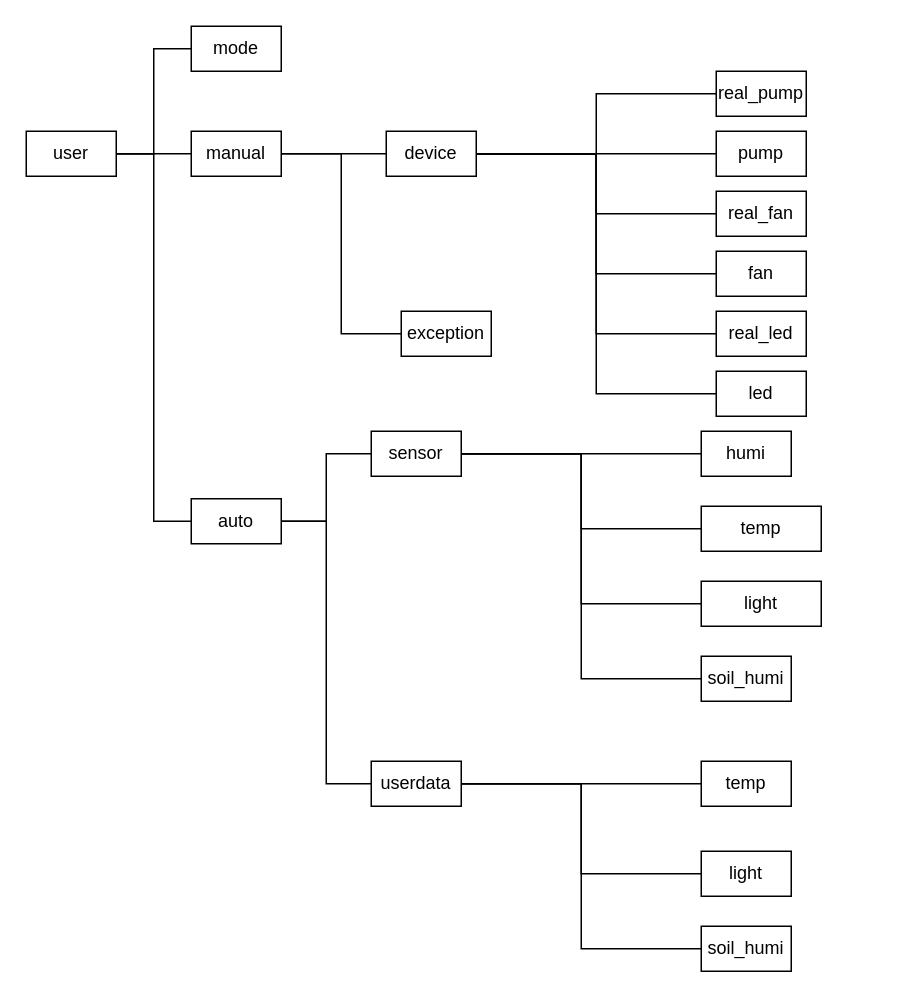
Before: 6주차/데이터베이스_저장트리.drawio in sonmyungwon/Software-Development, a draw.io diagram. Source tidied: cells renumbered, new cells numbered last; positions are measured from the earlier drawing's top-left corner, leaving out a move shared by most shapes. Both pictures are drawn from the tidied source at 150%, with x=0, y=0 at pixel (26, 26).
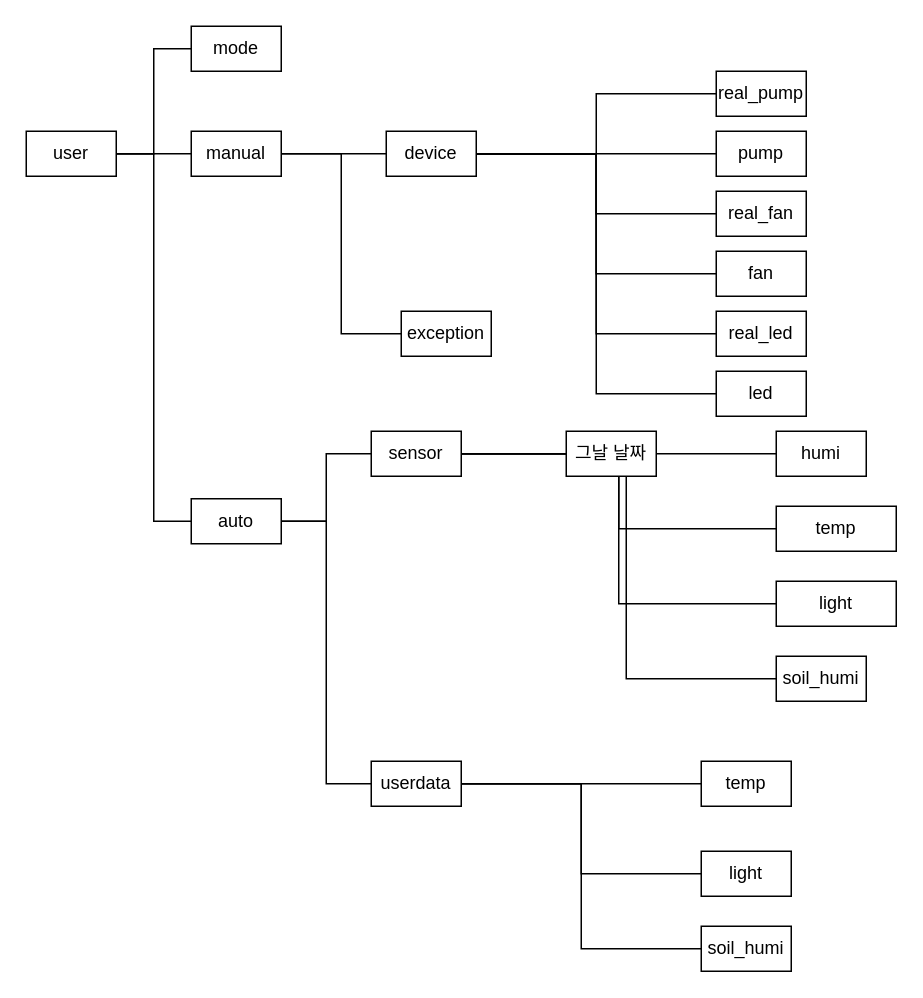
The same diagram, later.

Commit message:
데이터베이스_저장트리.drawio 업데이트

Unchanged cells that the change refers to:
```xml
<mxCell id="13" value="sensor" style="rounded=0;whiteSpace=wrap;html=1;" parent="1" vertex="1">
  <mxGeometry x="230" y="270" width="60" height="30" as="geometry" />
</mxCell>
```

Change to the diagram source:
```diff
@@
-    <mxCell id="12" style="edgeStyle=orthogonalEdgeStyle;rounded=0;jettySize=auto;html=1;exitX=1;exitY=0.5;exitDx=0;exitDy=0;entryX=0;entryY=0.5;entryDx=0;entryDy=0;endArrow=none;endFill=0;" parent="1" edge="1" source="13" target="29">
-      <mxGeometry relative="1" as="geometry" />
+    <mxCell id="12" style="edgeStyle=orthogonalEdgeStyle;rounded=0;jettySize=auto;html=1;exitX=0.5;exitY=1;exitDx=0;exitDy=0;entryX=0;entryY=0.5;entryDx=0;entryDy=0;endArrow=none;endFill=0;startArrow=none;" parent="1" edge="1" source="43" target="29">
+      <mxGeometry relative="1" as="geometry">
+        <Array as="points">
+          <mxPoint x="400" y="300" />
+          <mxPoint x="400" y="435" />
+        </Array>
+      </mxGeometry>
     </mxCell>
@@
     <mxCell id="26" value="temp" style="rounded=0;whiteSpace=wrap;html=1;" parent="1" vertex="1">
-      <mxGeometry x="450" y="320" width="80" height="30" as="geometry" />
+      <mxGeometry x="500" y="320" width="80" height="30" as="geometry" />
     </mxCell>
     <mxCell id="27" value="humi" style="rounded=0;whiteSpace=wrap;html=1;" parent="1" vertex="1">
-      <mxGeometry x="450" y="270" width="60" height="30" as="geometry" />
+      <mxGeometry x="500" y="270" width="60" height="30" as="geometry" />
     </mxCell>
     <mxCell id="28" value="light" style="rounded=0;whiteSpace=wrap;html=1;" parent="1" vertex="1">
-      <mxGeometry x="450" y="370" width="80" height="30" as="geometry" />
+      <mxGeometry x="500" y="370" width="80" height="30" as="geometry" />
     </mxCell>
     <mxCell id="29" value="soil_humi" style="rounded=0;whiteSpace=wrap;html=1;" parent="1" vertex="1">
-      <mxGeometry x="450" y="420" width="60" height="30" as="geometry" />
+      <mxGeometry x="500" y="420" width="60" height="30" as="geometry" />
     </mxCell>
@@
+    <mxCell id="43" value="그날 날짜" style="rounded=0;whiteSpace=wrap;html=1;" parent="1" vertex="1">
+      <mxGeometry x="360" y="270" width="60" height="30" as="geometry" />
+    </mxCell>
+    <mxCell id="44" style="edgeStyle=orthogonalEdgeStyle;rounded=0;jettySize=auto;html=1;exitX=1;exitY=0.5;exitDx=0;exitDy=0;entryX=0;entryY=0.5;entryDx=0;entryDy=0;endArrow=none;endFill=0;" parent="1" edge="1" source="13" target="43">
+      <mxGeometry relative="1" as="geometry" />
+    </mxCell>
```
